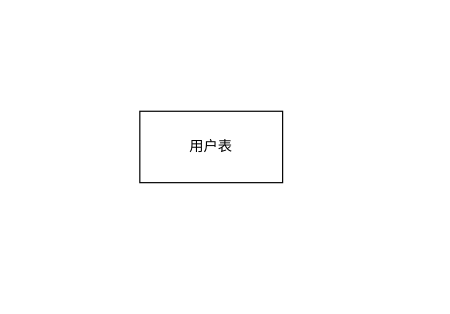
This is page "第 3 页" (3 of 13) of 未命名绘图.drawio from JiYiXingLi/-, a draw.io file, before an edit. Source tidied: cells renumbered, new cells numbered last; positions are measured from the earlier drawing's top-left corner, leaving out a move shared by most shapes. Both pictures are drawn from the tidied source at 119%, with x=0, y=0 at pixel (139, 111).
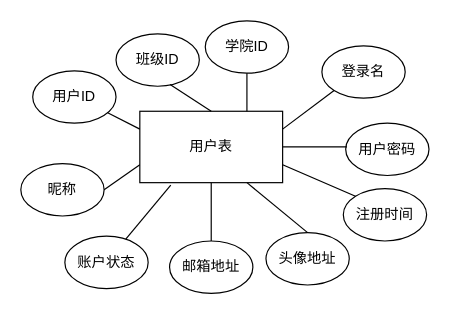
The same page after the edit.

Unchanged cells that the change refers to:
```xml
<mxCell id="2" value="用户表" style="rounded=0;whiteSpace=wrap;html=1;fillColor=#ffffff;" parent="1" vertex="1">
  <mxGeometry width="120" height="60" as="geometry" />
</mxCell>
```

What changed in the source:
```diff
@@
+    <mxCell id="3" value="班级ID" style="ellipse;whiteSpace=wrap;html=1;fillColor=#ffffff;" parent="1" vertex="1">
+      <mxGeometry x="-20" y="-65" width="70" height="44" as="geometry" />
+    </mxCell>
+    <mxCell id="4" value="昵称" style="ellipse;whiteSpace=wrap;html=1;fillColor=#ffffff;" parent="1" vertex="1">
+      <mxGeometry x="-100" y="44" width="70" height="44" as="geometry" />
+    </mxCell>
+    <mxCell id="5" value="学院ID" style="ellipse;whiteSpace=wrap;html=1;fillColor=#ffffff;" parent="1" vertex="1">
+      <mxGeometry x="55" y="-76" width="70" height="44" as="geometry" />
+    </mxCell>
+    <mxCell id="6" value="注册时间" style="ellipse;whiteSpace=wrap;html=1;fillColor=#ffffff;" parent="1" vertex="1">
+      <mxGeometry x="171" y="65" width="70" height="44" as="geometry" />
+    </mxCell>
+    <mxCell id="7" value="登录名" style="ellipse;whiteSpace=wrap;html=1;fillColor=#ffffff;" parent="1" vertex="1">
+      <mxGeometry x="153" y="-55" width="70" height="44" as="geometry" />
+    </mxCell>
+    <mxCell id="8" value="用户ID" style="ellipse;whiteSpace=wrap;html=1;fillColor=#ffffff;" parent="1" vertex="1">
+      <mxGeometry x="-90" y="-34" width="70" height="44" as="geometry" />
+    </mxCell>
+    <mxCell id="9" value="用户密码" style="ellipse;whiteSpace=wrap;html=1;fillColor=#ffffff;" parent="1" vertex="1">
+      <mxGeometry x="173" y="10" width="70" height="44" as="geometry" />
+    </mxCell>
+    <mxCell id="10" value="头像地址" style="ellipse;whiteSpace=wrap;html=1;fillColor=#ffffff;" parent="1" vertex="1">
+      <mxGeometry x="106" y="102" width="70" height="44" as="geometry" />
+    </mxCell>
+    <mxCell id="11" value="邮箱地址" style="ellipse;whiteSpace=wrap;html=1;fillColor=#ffffff;" parent="1" vertex="1">
+      <mxGeometry x="25" y="109" width="70" height="44" as="geometry" />
+    </mxCell>
+    <mxCell id="12" value="账户状态" style="ellipse;whiteSpace=wrap;html=1;fillColor=#ffffff;" parent="1" vertex="1">
+      <mxGeometry x="-63" y="105" width="70" height="44" as="geometry" />
+    </mxCell>
+    <mxCell id="13" style="endArrow=none;html=1;exitX=0;exitY=0.25;exitDx=0;exitDy=0;" parent="1" edge="1" source="2" target="8">
+      <mxGeometry relative="1" as="geometry" />
+    </mxCell>
+    <mxCell id="14" style="endArrow=none;html=1;exitX=1;exitY=0.5;exitDx=0;exitDy=0;entryX=0;entryY=0.75;entryDx=0;entryDy=0;" parent="1" edge="1" source="4" target="2">
+      <mxGeometry relative="1" as="geometry" />
+    </mxCell>
+    <mxCell id="15" style="endArrow=none;html=1;" parent="1" edge="1" source="12">
+      <mxGeometry relative="1" as="geometry">
+        <mxPoint x="26" y="62" as="targetPoint" />
+      </mxGeometry>
+    </mxCell>
+    <mxCell id="16" style="endArrow=none;html=1;" parent="1" edge="1" source="11" target="2">
+      <mxGeometry relative="1" as="geometry" />
+    </mxCell>
+    <mxCell id="17" style="endArrow=none;html=1;exitX=0.5;exitY=0;exitDx=0;exitDy=0;entryX=0.75;entryY=1;entryDx=0;entryDy=0;" parent="1" edge="1" source="10" target="2">
+      <mxGeometry relative="1" as="geometry" />
+    </mxCell>
+    <mxCell id="18" style="endArrow=none;html=1;" parent="1" edge="1" source="2">
+      <mxGeometry relative="1" as="geometry">
+        <mxPoint x="174" y="30" as="targetPoint" />
+      </mxGeometry>
+    </mxCell>
+    <mxCell id="19" style="endArrow=none;html=1;entryX=0;entryY=0;entryDx=0;entryDy=0;exitX=1;exitY=0.75;exitDx=0;exitDy=0;" parent="1" edge="1" source="2" target="6">
+      <mxGeometry relative="1" as="geometry" />
+    </mxCell>
+    <mxCell id="20" style="endArrow=none;html=1;exitX=1;exitY=0.25;exitDx=0;exitDy=0;entryX=0;entryY=1;entryDx=0;entryDy=0;" parent="1" edge="1" source="2" target="7">
+      <mxGeometry relative="1" as="geometry" />
+    </mxCell>
+    <mxCell id="21" style="endArrow=none;html=1;exitX=0.75;exitY=0;exitDx=0;exitDy=0;" parent="1" edge="1" source="2" target="5">
+      <mxGeometry relative="1" as="geometry" />
+    </mxCell>
+    <mxCell id="22" style="endArrow=none;html=1;entryX=0.649;entryY=0.968;entryDx=0;entryDy=0;entryPerimeter=0;exitX=0.5;exitY=0;exitDx=0;exitDy=0;" parent="1" edge="1" source="2" target="3">
+      <mxGeometry relative="1" as="geometry" />
+    </mxCell>
```
